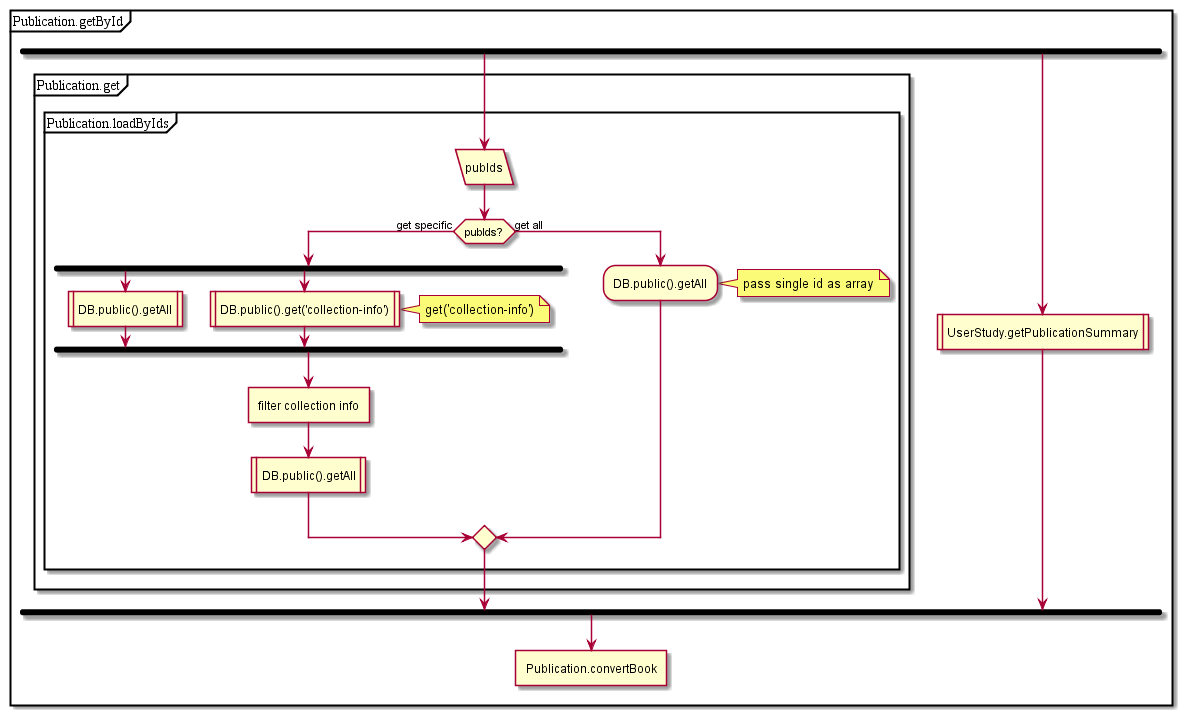
The PlantUML diagram test2/diagrams/Publication.getById.png in MaxXx1313/testwiki, before a commit. Its diagram source:
```plantuml
@startuml
partition Publication.getById {
fork
partition Publication.get {
partition Publication.loadByIds {
:pubIds/
if(pubIds?) then (get specific)
fork
:DB.public().getAll|
fork again
:DB.public().get('collection-info')|
note right: get('collection-info')
endfork;
:filter collection info]
:DB.public().getAll|
else (get all)
:DB.public().getAll;
endif;
}
note right: pass single id as array
}
fork again
:UserStudy.getPublicationSummary|
endfork;
:Publication.convertBook]
}
@enduml
```
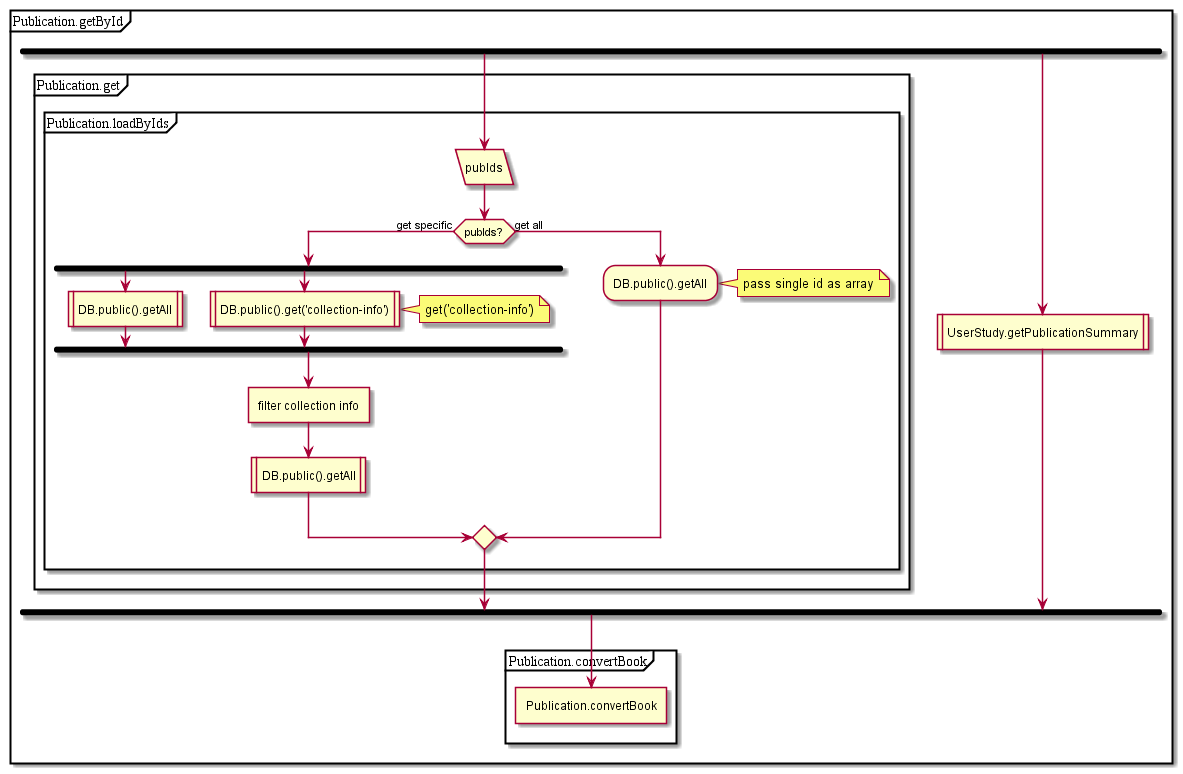
The same file after the commit.

Change to the diagram source:
```diff
@@ -22,6 +22,8 @@
 fork again
 :UserStudy.getPublicationSummary|
 endfork;
+partition Publication.convertBook {
 :Publication.convertBook]
 }
+}
 @enduml
```
